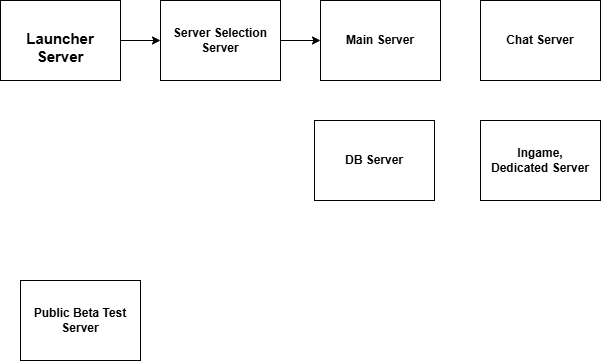
This is CustomServerArchitecture.png from nuketuna1101/alg_codekata, a draw.io export, as it was before one commit. Source tidied: cells renumbered, new cells last; positions are measured from the earlier drawing's top-left corner, leaving out a move shared by most shapes.
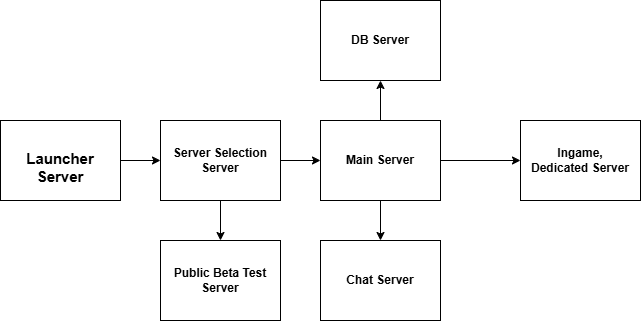
Above is the later version.

The edit, as a diff of the source:
```diff
@@ -11,23 +11,35 @@
     <mxCell id="4" style="edgeStyle=orthogonalEdgeStyle;rounded=0;jettySize=auto;html=1;" parent="1" edge="1" source="5" target="6">
       <mxGeometry relative="1" as="geometry" />
     </mxCell>
+    <mxCell id="11" style="edgeStyle=orthogonalEdgeStyle;rounded=0;jettySize=auto;html=1;" parent="1" edge="1" source="5" target="9">
+      <mxGeometry relative="1" as="geometry" />
+    </mxCell>
     <mxCell id="5" value="&lt;div&gt;Server Selection&lt;/div&gt;&lt;div&gt;Server&lt;/div&gt;" style="rounded=0;whiteSpace=wrap;html=1;align=center;verticalAlign=middle;fontStyle=1;" parent="1" vertex="1">
       <mxGeometry x="160" width="120" height="80" as="geometry" />
     </mxCell>
+    <mxCell id="12" style="edgeStyle=orthogonalEdgeStyle;rounded=0;jettySize=auto;html=1;" parent="1" edge="1" source="6" target="7">
+      <mxGeometry relative="1" as="geometry" />
+    </mxCell>
+    <mxCell id="13" style="edgeStyle=orthogonalEdgeStyle;rounded=0;jettySize=auto;html=1;" parent="1" edge="1" source="6" target="8">
+      <mxGeometry relative="1" as="geometry" />
+    </mxCell>
+    <mxCell id="14" style="edgeStyle=orthogonalEdgeStyle;rounded=0;jettySize=auto;html=1;" parent="1" edge="1" source="6" target="10">
+      <mxGeometry relative="1" as="geometry" />
+    </mxCell>
     <mxCell id="6" value="&lt;div&gt;Main Server&lt;/div&gt;" style="rounded=0;whiteSpace=wrap;html=1;align=center;verticalAlign=middle;fontStyle=1;" parent="1" vertex="1">
       <mxGeometry x="320" width="120" height="80" as="geometry" />
     </mxCell>
     <mxCell id="7" value="DB Server" style="rounded=0;whiteSpace=wrap;html=1;align=center;verticalAlign=middle;fontStyle=1;" parent="1" vertex="1">
-      <mxGeometry x="314" y="120" width="120" height="80" as="geometry" />
+      <mxGeometry x="320" y="-120" width="120" height="80" as="geometry" />
     </mxCell>
     <mxCell id="8" value="&lt;div&gt;Chat Server&lt;/div&gt;" style="rounded=0;whiteSpace=wrap;html=1;align=center;verticalAlign=middle;fontStyle=1;" parent="1" vertex="1">
-      <mxGeometry x="480" width="120" height="80" as="geometry" />
+      <mxGeometry x="320" y="120" width="120" height="80" as="geometry" />
     </mxCell>
     <mxCell id="9" value="Public Beta Test&lt;div&gt;Server&lt;/div&gt;" style="rounded=0;whiteSpace=wrap;html=1;align=center;verticalAlign=middle;fontStyle=1;" parent="1" vertex="1">
-      <mxGeometry x="20" y="280" width="120" height="80" as="geometry" />
+      <mxGeometry x="160" y="120" width="120" height="80" as="geometry" />
     </mxCell>
     <mxCell id="10" value="Ingame,&lt;div&gt;Dedicated Server&lt;/div&gt;" style="rounded=0;whiteSpace=wrap;html=1;align=center;verticalAlign=middle;fontStyle=1;" parent="1" vertex="1">
-      <mxGeometry x="480" y="120" width="120" height="80" as="geometry" />
+      <mxGeometry x="520" width="120" height="80" as="geometry" />
     </mxCell>
   </root>
 </mxGraphModel>
```
